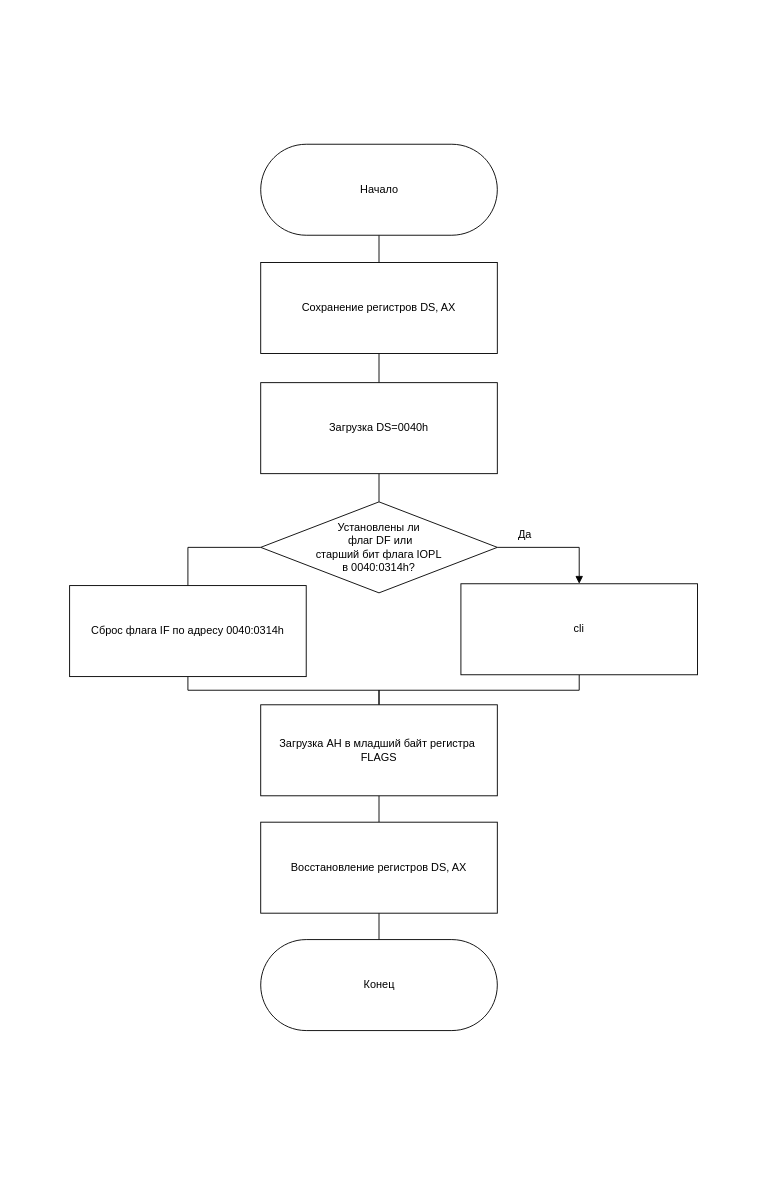
kalashkovpaul/bmstu-os keeps this draw.io diagram as lab01/part1/report/sub_1.drawio. Above is the earlier version. Source tidied: cells renumbered, new cells numbered last; positions are measured from the earlier drawing's top-left corner, leaving out a move shared by most shapes. Both pictures are drawn from the tidied source at 91%, with x=0, y=0 at pixel (17, 109).
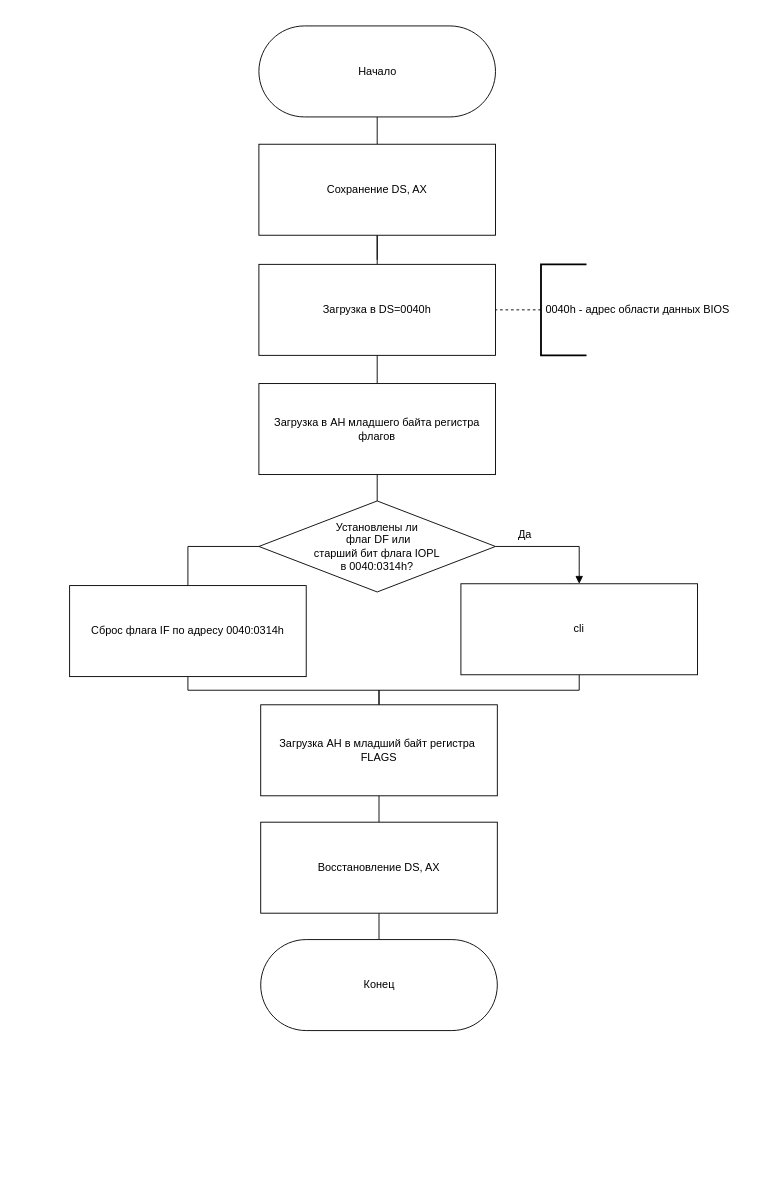
The same diagram, later.

Unchanged cells that the change refers to:
```xml
<mxCell id="14" value="cli" style="rounded=0;whiteSpace=wrap;html=1;rotation=0;" parent="1" vertex="1">
  <mxGeometry x="487" y="521" width="260" height="100" as="geometry" />
</mxCell>
<mxCell id="17" value="Сброс флага IF по адресу 0040:0314h" style="rounded=0;whiteSpace=wrap;html=1;rotation=0;" parent="1" vertex="1">
  <mxGeometry x="57" y="523" width="260" height="100" as="geometry" />
</mxCell>
```

What changed in the source:
```diff
@@
     <mxCell id="2" style="rounded=0;whiteSpace=wrap;html=1;strokeColor=#FFFFFF;" parent="1" vertex="1">
-      <mxGeometry width="819" height="1166" as="geometry" />
+      <mxGeometry x="-2" y="-103" width="819" height="1166" as="geometry" />
     </mxCell>
     <mxCell id="3" style="edgeStyle=none;rounded=0;html=1;exitX=0.5;exitY=0.5;exitDx=0;exitDy=50;exitPerimeter=0;endArrow=none;endFill=0;" parent="1" edge="1" source="4">
       <mxGeometry relative="1" as="geometry">
-        <mxPoint x="397" y="168" as="targetPoint" />
+        <mxPoint x="395" y="38" as="targetPoint" />
       </mxGeometry>
     </mxCell>
     <mxCell id="4" value="Начало" style="html=1;dashed=0;whitespace=wrap;shape=mxgraph.dfd.start;rotation=0;" parent="1" vertex="1">
-      <mxGeometry x="267" y="38" width="260" height="100" as="geometry" />
+      <mxGeometry x="265" y="-92" width="260" height="100" as="geometry" />
     </mxCell>
     <mxCell id="5" style="edgeStyle=none;rounded=0;html=1;exitX=0.5;exitY=1;exitDx=0;exitDy=0;endArrow=none;endFill=0;" parent="1" edge="1" target="7">
       <mxGeometry relative="1" as="geometry">
-        <mxPoint x="397" y="268" as="sourcePoint" />
+        <mxPoint x="395" y="165" as="sourcePoint" />
       </mxGeometry>
     </mxCell>
@@
-    <mxCell id="7" value="Сохранение регистров DS, AX" style="rounded=0;whiteSpace=wrap;html=1;rotation=0;" parent="1" vertex="1">
-      <mxGeometry x="267" y="168" width="260" height="100" as="geometry" />
+    <mxCell id="7" value="Сохранение DS, AX" style="rounded=0;whiteSpace=wrap;html=1;rotation=0;" parent="1" vertex="1">
+      <mxGeometry x="265" y="38" width="260" height="100" as="geometry" />
     </mxCell>
-    <mxCell id="8" style="edgeStyle=none;html=1;exitX=0.5;exitY=1;exitDx=0;exitDy=0;rounded=0;endArrow=none;endFill=0;" parent="1" edge="1" source="9" target="12">
-      <mxGeometry relative="1" as="geometry" />
-    </mxCell>
+    <mxCell id="23" style="edgeStyle=none;html=1;exitX=0.5;exitY=1;exitDx=0;exitDy=0;endArrow=none;endFill=0;" parent="1" edge="1" source="9" target="25">
+      <mxGeometry relative="1" as="geometry" />
+    </mxCell>
-    <mxCell id="9" value="Загрузка DS=0040h" style="rounded=0;whiteSpace=wrap;html=1;rotation=0;" parent="1" vertex="1">
-      <mxGeometry x="267" y="300" width="260" height="100" as="geometry" />
+    <mxCell id="9" value="Загрузка в DS=0040h" style="rounded=0;whiteSpace=wrap;html=1;rotation=0;" parent="1" vertex="1">
+      <mxGeometry x="265" y="170" width="260" height="100" as="geometry" />
     </mxCell>
     <mxCell id="10" style="edgeStyle=none;html=1;exitX=1;exitY=0.5;exitDx=0;exitDy=0;entryX=0.5;entryY=0;entryDx=0;entryDy=0;rounded=0;endArrow=block;endFill=1;" parent="1" edge="1" source="12" target="14">
       <mxGeometry relative="1" as="geometry">
         <Array as="points">
-          <mxPoint x="617" y="481" />
+          <mxPoint x="617" y="480" />
         </Array>
       </mxGeometry>
     </mxCell>
     <mxCell id="11" style="edgeStyle=none;rounded=0;html=1;exitX=0;exitY=0.5;exitDx=0;exitDy=0;entryX=0.5;entryY=0;entryDx=0;entryDy=0;endArrow=none;endFill=0;" parent="1" edge="1" source="12" target="17">
       <mxGeometry relative="1" as="geometry">
         <Array as="points">
-          <mxPoint x="187" y="481" />
+          <mxPoint x="187" y="480" />
         </Array>
       </mxGeometry>
     </mxCell>
     <mxCell id="12" value="Установлены ли&lt;br&gt;&amp;nbsp;флаг DF или &lt;br&gt;старший бит флага IOPL &lt;br&gt;в 0040:0314h?" style="rhombus;whiteSpace=wrap;html=1;rotation=0;" parent="1" vertex="1">
-      <mxGeometry x="267" y="431" width="260" height="100" as="geometry" />
+      <mxGeometry x="265" y="430" width="260" height="100" as="geometry" />
     </mxCell>
@@
-    <mxCell id="21" value="Восстановление регистров DS, AX" style="rounded=0;whiteSpace=wrap;html=1;rotation=0;" parent="1" vertex="1">
+    <mxCell id="21" value="Восстановление DS, AX" style="rounded=0;whiteSpace=wrap;html=1;rotation=0;" parent="1" vertex="1">
       <mxGeometry x="267" y="783" width="260" height="100" as="geometry" />
     </mxCell>
@@
+    <mxCell id="24" style="edgeStyle=none;html=1;exitX=0.5;exitY=1;exitDx=0;exitDy=0;entryX=0.5;entryY=0;entryDx=0;entryDy=0;endArrow=none;endFill=0;" parent="1" edge="1" source="25" target="12">
+      <mxGeometry relative="1" as="geometry" />
+    </mxCell>
+    <mxCell id="25" value="Загрузка в АH младшего байта регистра флагов" style="rounded=0;whiteSpace=wrap;html=1;rotation=0;" parent="1" vertex="1">
+      <mxGeometry x="265" y="301" width="260" height="100" as="geometry" />
+    </mxCell>
+    <mxCell id="26" style="edgeStyle=none;html=1;exitX=0;exitY=0.5;exitDx=0;exitDy=0;exitPerimeter=0;entryX=1;entryY=0.5;entryDx=0;entryDy=0;endArrow=none;endFill=0;dashed=1;" parent="1" edge="1" source="27" target="9">
+      <mxGeometry relative="1" as="geometry" />
+    </mxCell>
+    <mxCell id="27" value="&amp;nbsp;0040h - адрес области данных BIOS" style="strokeWidth=2;html=1;shape=mxgraph.flowchart.annotation_1;align=left;" parent="1" vertex="1">
+      <mxGeometry x="575" y="170" width="50" height="100" as="geometry" />
+    </mxCell>
```
